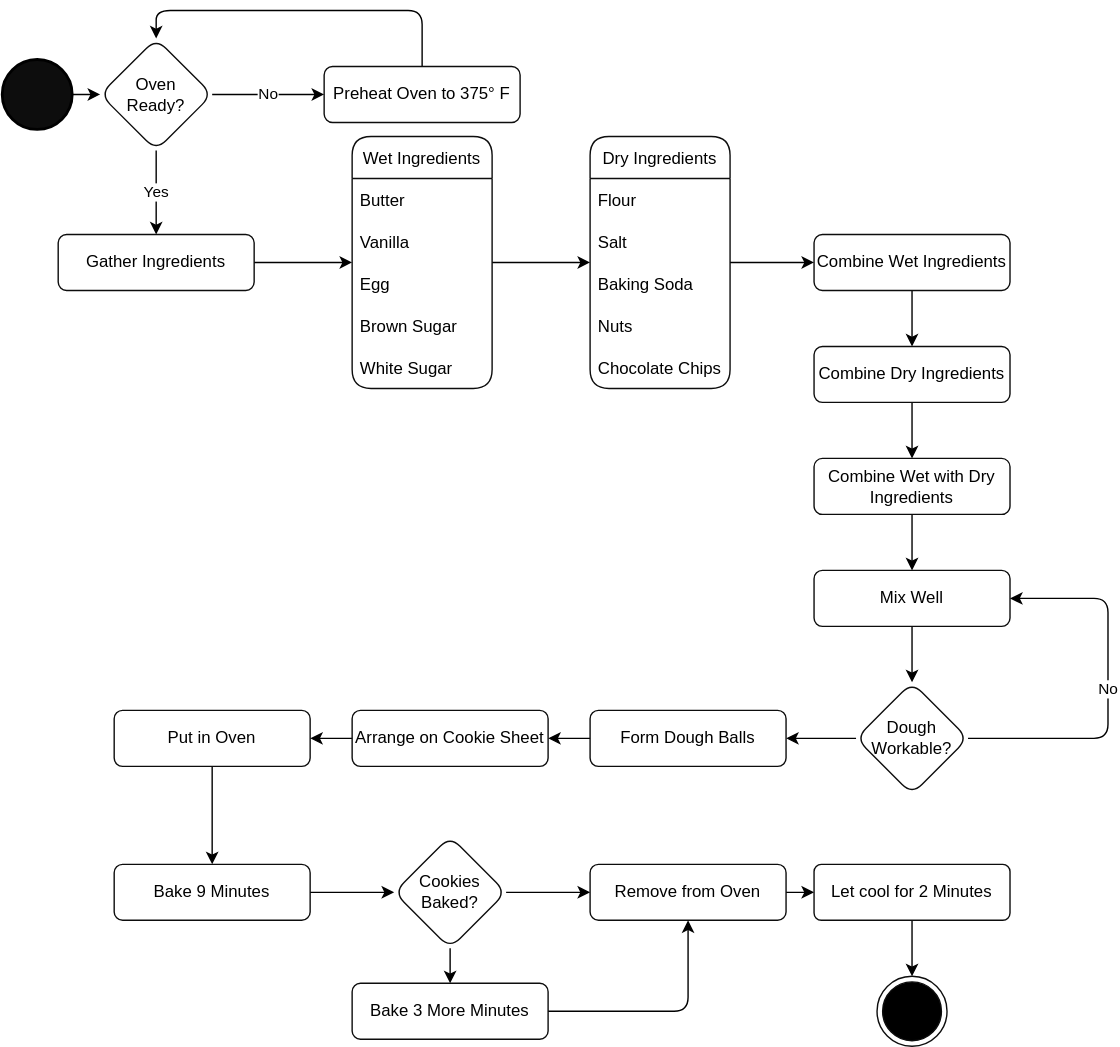
Before: cookie-flowchart-1.svg, a diagram exported from draw.io (yewscion/yewscion). Source tidied: cells renumbered, new cells last; positions are measured from the earlier drawing's top-left corner, leaving out a move shared by most shapes. Source of this version:
```xml
<mxGraphModel>
  <root>
    <mxCell id="0" />
    <mxCell id="1" parent="0" />
    <mxCell id="2" style="edgeStyle=orthogonalEdgeStyle;rounded=1;jettySize=auto;html=1;" parent="1" edge="1" source="3" target="43">
      <mxGeometry relative="1" as="geometry" />
    </mxCell>
    <mxCell id="3" style="strokeWidth=2;html=1;shape=mxgraph.flowchart.start_2;whiteSpace=wrap;fillColor=#0D0D0D;rounded=1;" parent="1" vertex="1">
      <mxGeometry y="35" width="50" height="50" as="geometry" />
    </mxCell>
    <mxCell id="4" style="ellipse;html=1;shape=endState;fillColor=#000000;strokeColor=#0D0D0D;rounded=1;" parent="1" vertex="1">
      <mxGeometry x="625" y="690" width="50" height="50" as="geometry" />
    </mxCell>
    <mxCell id="5" style="edgeStyle=orthogonalEdgeStyle;rounded=1;jettySize=auto;html=1;entryX=0.5;entryY=0;entryDx=0;entryDy=0;exitX=0.5;exitY=0;exitDx=0;exitDy=0;" parent="1" edge="1" source="6" target="43">
      <mxGeometry relative="1" as="geometry">
        <Array as="points">
          <mxPoint x="300" />
          <mxPoint x="110" />
        </Array>
      </mxGeometry>
    </mxCell>
    <mxCell id="6" value="Preheat Oven to 375° F" style="rounded=1;whiteSpace=wrap;html=1;strokeColor=#0D0D0D;fillColor=none;" parent="1" vertex="1">
      <mxGeometry x="230" y="40" width="140" height="40" as="geometry" />
    </mxCell>
    <mxCell id="7" style="edgeStyle=orthogonalEdgeStyle;rounded=1;jettySize=auto;html=1;" parent="1" edge="1" source="8" target="53">
      <mxGeometry relative="1" as="geometry" />
    </mxCell>
    <mxCell id="8" value="&lt;div&gt;Bake 9 Minutes&lt;/div&gt;" style="rounded=1;whiteSpace=wrap;html=1;strokeColor=#0D0D0D;fillColor=none;" parent="1" vertex="1">
      <mxGeometry x="80" y="610" width="140" height="40" as="geometry" />
    </mxCell>
    <mxCell id="9" style="edgeStyle=orthogonalEdgeStyle;rounded=1;jettySize=auto;html=1;" parent="1" edge="1" source="10" target="22">
      <mxGeometry relative="1" as="geometry" />
    </mxCell>
    <mxCell id="10" value="Remove from Oven" style="rounded=1;whiteSpace=wrap;html=1;strokeColor=#0D0D0D;fillColor=none;" parent="1" vertex="1">
      <mxGeometry x="420" y="610" width="140" height="40" as="geometry" />
    </mxCell>
    <mxCell id="11" style="edgeStyle=orthogonalEdgeStyle;rounded=1;jettySize=auto;html=1;entryX=0.5;entryY=0;entryDx=0;entryDy=0;" parent="1" edge="1" source="12" target="8">
      <mxGeometry relative="1" as="geometry" />
    </mxCell>
    <mxCell id="12" value="Put in Oven" style="rounded=1;whiteSpace=wrap;html=1;strokeColor=#0D0D0D;fillColor=none;" parent="1" vertex="1">
      <mxGeometry x="80" y="500" width="140" height="40" as="geometry" />
    </mxCell>
    <mxCell id="13" style="edgeStyle=orthogonalEdgeStyle;rounded=1;jettySize=auto;html=1;entryX=0.5;entryY=1;entryDx=0;entryDy=0;" parent="1" edge="1" source="14" target="10">
      <mxGeometry relative="1" as="geometry" />
    </mxCell>
    <mxCell id="14" value="&lt;div&gt;Bake 3 More Minutes&lt;/div&gt;" style="rounded=1;whiteSpace=wrap;html=1;strokeColor=#0D0D0D;fillColor=none;" parent="1" vertex="1">
      <mxGeometry x="250" y="695" width="140" height="40" as="geometry" />
    </mxCell>
    <mxCell id="15" style="edgeStyle=orthogonalEdgeStyle;rounded=1;jettySize=auto;html=1;" parent="1" edge="1" source="16" target="20">
      <mxGeometry relative="1" as="geometry" />
    </mxCell>
    <mxCell id="16" value="Combine Dry Ingredients" style="rounded=1;whiteSpace=wrap;html=1;strokeColor=#0D0D0D;fillColor=none;" parent="1" vertex="1">
      <mxGeometry x="580" y="240" width="140" height="40" as="geometry" />
    </mxCell>
    <mxCell id="17" style="edgeStyle=orthogonalEdgeStyle;rounded=1;jettySize=auto;html=1;" parent="1" edge="1" source="18" target="16">
      <mxGeometry relative="1" as="geometry" />
    </mxCell>
    <mxCell id="18" value="Combine Wet Ingredients" style="rounded=1;whiteSpace=wrap;html=1;strokeColor=#0D0D0D;fillColor=none;" parent="1" vertex="1">
      <mxGeometry x="580" y="160" width="140" height="40" as="geometry" />
    </mxCell>
    <mxCell id="19" style="edgeStyle=orthogonalEdgeStyle;rounded=1;jettySize=auto;html=1;entryX=0.5;entryY=0;entryDx=0;entryDy=0;" parent="1" edge="1" source="20" target="45">
      <mxGeometry relative="1" as="geometry" />
    </mxCell>
    <mxCell id="20" value="&lt;div&gt;Combine Wet with Dry Ingredients&lt;/div&gt;" style="rounded=1;whiteSpace=wrap;html=1;strokeColor=#0D0D0D;fillColor=none;" parent="1" vertex="1">
      <mxGeometry x="580" y="320" width="140" height="40" as="geometry" />
    </mxCell>
    <mxCell id="21" style="edgeStyle=orthogonalEdgeStyle;rounded=1;jettySize=auto;html=1;entryX=0.5;entryY=0;entryDx=0;entryDy=0;" parent="1" edge="1" source="22" target="4">
      <mxGeometry relative="1" as="geometry" />
    </mxCell>
    <mxCell id="22" value="&lt;div&gt;Let cool for 2 Minutes&lt;/div&gt;" style="rounded=1;whiteSpace=wrap;html=1;strokeColor=#0D0D0D;fillColor=none;arcSize=13;" parent="1" vertex="1">
      <mxGeometry x="580" y="610" width="140" height="40" as="geometry" />
    </mxCell>
    <mxCell id="23" style="edgeStyle=orthogonalEdgeStyle;rounded=1;jettySize=auto;html=1;" parent="1" edge="1" source="24" target="28">
      <mxGeometry relative="1" as="geometry" />
    </mxCell>
    <mxCell id="24" value="&lt;div&gt;Gather Ingredients&lt;/div&gt;" style="rounded=1;whiteSpace=wrap;html=1;strokeColor=#0D0D0D;fillColor=none;" parent="1" vertex="1">
      <mxGeometry x="40" y="160" width="140" height="40" as="geometry" />
    </mxCell>
    <mxCell id="25" style="edgeStyle=orthogonalEdgeStyle;rounded=1;jettySize=auto;html=1;" parent="1" edge="1" source="26" target="12">
      <mxGeometry relative="1" as="geometry" />
    </mxCell>
    <mxCell id="26" value="&lt;div&gt;Arrange on Cookie Sheet&lt;/div&gt;" style="rounded=1;whiteSpace=wrap;html=1;strokeColor=#0D0D0D;fillColor=none;" parent="1" vertex="1">
      <mxGeometry x="250" y="500" width="140" height="40" as="geometry" />
    </mxCell>
    <mxCell id="27" style="edgeStyle=orthogonalEdgeStyle;rounded=1;jettySize=auto;html=1;" parent="1" edge="1" source="28" target="35">
      <mxGeometry relative="1" as="geometry" />
    </mxCell>
    <mxCell id="28" value="Wet Ingredients" style="swimlane;fontStyle=0;horizontal=1;startSize=30;rounded=1;strokeColor=#0D0D0D;fillColor=none;" parent="1" vertex="1">
      <mxGeometry x="250" y="90" width="100" height="180" as="geometry" />
    </mxCell>
    <mxCell id="29" value="Butter" style="text;strokeColor=none;fillColor=none;align=left;verticalAlign=middle;spacingLeft=4;spacingRight=4;overflow=hidden;rounded=1;" parent="28" vertex="1">
      <mxGeometry y="30" width="100" height="30" as="geometry" />
    </mxCell>
    <mxCell id="30" value="Vanilla" style="text;strokeColor=none;fillColor=none;align=left;verticalAlign=middle;spacingLeft=4;spacingRight=4;overflow=hidden;rounded=1;" parent="28" vertex="1">
      <mxGeometry y="60" width="100" height="30" as="geometry" />
    </mxCell>
    <mxCell id="31" value="Egg" style="text;strokeColor=none;fillColor=none;align=left;verticalAlign=middle;spacingLeft=4;spacingRight=4;overflow=hidden;rounded=1;" parent="28" vertex="1">
      <mxGeometry y="90" width="100" height="30" as="geometry" />
    </mxCell>
    <mxCell id="32" value="Brown Sugar" style="text;strokeColor=none;fillColor=none;align=left;verticalAlign=middle;spacingLeft=4;spacingRight=4;overflow=hidden;rounded=1;" parent="28" vertex="1">
      <mxGeometry y="120" width="100" height="30" as="geometry" />
    </mxCell>
    <mxCell id="33" value="White Sugar" style="text;strokeColor=none;fillColor=none;align=left;verticalAlign=middle;spacingLeft=4;spacingRight=4;overflow=hidden;rounded=1;" parent="28" vertex="1">
      <mxGeometry y="150" width="100" height="30" as="geometry" />
    </mxCell>
    <mxCell id="34" style="edgeStyle=orthogonalEdgeStyle;rounded=1;jettySize=auto;html=1;entryX=0;entryY=0.5;entryDx=0;entryDy=0;" parent="1" edge="1" source="35" target="18">
      <mxGeometry relative="1" as="geometry" />
    </mxCell>
    <mxCell id="35" value="Dry Ingredients" style="swimlane;fontStyle=0;horizontal=1;startSize=30;rounded=1;strokeColor=#0D0D0D;fillColor=none;" parent="1" vertex="1">
      <mxGeometry x="420" y="90" width="100" height="180" as="geometry" />
    </mxCell>
    <mxCell id="36" value="Flour" style="text;strokeColor=none;fillColor=none;align=left;verticalAlign=middle;spacingLeft=4;spacingRight=4;overflow=hidden;rounded=1;" parent="35" vertex="1">
      <mxGeometry y="30" width="100" height="30" as="geometry" />
    </mxCell>
    <mxCell id="37" value="Salt" style="text;strokeColor=none;fillColor=none;align=left;verticalAlign=middle;spacingLeft=4;spacingRight=4;overflow=hidden;rounded=1;" parent="35" vertex="1">
      <mxGeometry y="60" width="100" height="30" as="geometry" />
    </mxCell>
    <mxCell id="38" value="Baking Soda" style="text;strokeColor=none;fillColor=none;align=left;verticalAlign=middle;spacingLeft=4;spacingRight=4;overflow=hidden;rounded=1;" parent="35" vertex="1">
      <mxGeometry y="90" width="100" height="30" as="geometry" />
    </mxCell>
    <mxCell id="39" value="Nuts" style="text;strokeColor=none;fillColor=none;align=left;verticalAlign=middle;spacingLeft=4;spacingRight=4;overflow=hidden;rounded=1;" parent="35" vertex="1">
      <mxGeometry y="120" width="100" height="30" as="geometry" />
    </mxCell>
    <mxCell id="40" value="Chocolate Chips" style="text;strokeColor=none;fillColor=none;align=left;verticalAlign=middle;spacingLeft=4;spacingRight=4;overflow=hidden;rounded=1;" parent="35" vertex="1">
      <mxGeometry y="150" width="100" height="30" as="geometry" />
    </mxCell>
    <mxCell id="41" value="&lt;div&gt;No&lt;/div&gt;" style="edgeStyle=orthogonalEdgeStyle;rounded=1;jettySize=auto;html=1;" parent="1" edge="1" source="43" target="6">
      <mxGeometry relative="1" as="geometry" />
    </mxCell>
    <mxCell id="42" value="&lt;div&gt;Yes&lt;/div&gt;" style="edgeStyle=orthogonalEdgeStyle;rounded=1;jettySize=auto;html=1;entryX=0.5;entryY=0;entryDx=0;entryDy=0;" parent="1" edge="1" source="43" target="24">
      <mxGeometry relative="1" as="geometry" />
    </mxCell>
    <mxCell id="43" value="&lt;div&gt;Oven&lt;/div&gt;&lt;div&gt;Ready?&lt;/div&gt;" style="rhombus;whiteSpace=wrap;html=1;rounded=1;strokeColor=#0D0D0D;fillColor=none;" parent="1" vertex="1">
      <mxGeometry x="70" y="20" width="80" height="80" as="geometry" />
    </mxCell>
    <mxCell id="44" style="edgeStyle=orthogonalEdgeStyle;rounded=1;jettySize=auto;html=1;exitX=0.5;exitY=1;exitDx=0;exitDy=0;entryX=0.5;entryY=0;entryDx=0;entryDy=0;" parent="1" edge="1" source="45" target="48">
      <mxGeometry relative="1" as="geometry" />
    </mxCell>
    <mxCell id="45" value="&lt;div&gt;Mix Well&lt;/div&gt;" style="rounded=1;whiteSpace=wrap;html=1;strokeColor=#0D0D0D;fillColor=none;" parent="1" vertex="1">
      <mxGeometry x="580" y="400" width="140" height="40" as="geometry" />
    </mxCell>
    <mxCell id="46" style="edgeStyle=orthogonalEdgeStyle;rounded=1;jettySize=auto;html=1;entryX=1;entryY=0.5;entryDx=0;entryDy=0;" parent="1" edge="1" source="48" target="50">
      <mxGeometry relative="1" as="geometry" />
    </mxCell>
    <mxCell id="47" value="&lt;div&gt;No&lt;/div&gt;" style="edgeStyle=orthogonalEdgeStyle;rounded=1;jettySize=auto;html=1;entryX=1;entryY=0.5;entryDx=0;entryDy=0;exitX=1;exitY=0.5;exitDx=0;exitDy=0;" parent="1" edge="1" source="48" target="45">
      <mxGeometry relative="1" as="geometry">
        <Array as="points">
          <mxPoint x="790" y="520" />
          <mxPoint x="790" y="420" />
        </Array>
      </mxGeometry>
    </mxCell>
    <mxCell id="48" value="&lt;div&gt;Dough&lt;/div&gt;&lt;div&gt;Workable?&lt;/div&gt;" style="rhombus;whiteSpace=wrap;html=1;rounded=1;strokeColor=#0D0D0D;fillColor=none;" parent="1" vertex="1">
      <mxGeometry x="610" y="480" width="80" height="80" as="geometry" />
    </mxCell>
    <mxCell id="49" style="edgeStyle=orthogonalEdgeStyle;rounded=1;jettySize=auto;html=1;entryX=1;entryY=0.5;entryDx=0;entryDy=0;" parent="1" edge="1" source="50" target="26">
      <mxGeometry relative="1" as="geometry" />
    </mxCell>
    <mxCell id="50" value="Form Dough Balls" style="rounded=1;whiteSpace=wrap;html=1;strokeColor=#0D0D0D;fillColor=none;" parent="1" vertex="1">
      <mxGeometry x="420" y="500" width="140" height="40" as="geometry" />
    </mxCell>
    <mxCell id="51" style="edgeStyle=orthogonalEdgeStyle;rounded=1;jettySize=auto;html=1;" parent="1" edge="1" source="53" target="14">
      <mxGeometry relative="1" as="geometry" />
    </mxCell>
    <mxCell id="52" style="edgeStyle=orthogonalEdgeStyle;rounded=1;jettySize=auto;html=1;" parent="1" edge="1" source="53" target="10">
      <mxGeometry relative="1" as="geometry" />
    </mxCell>
    <mxCell id="53" value="&lt;div&gt;Cookies&lt;/div&gt;&lt;div&gt;Baked?&lt;br&gt;&lt;/div&gt;" style="rhombus;whiteSpace=wrap;html=1;rounded=1;strokeColor=#0D0D0D;fillColor=none;" parent="1" vertex="1">
      <mxGeometry x="280" y="590" width="80" height="80" as="geometry" />
    </mxCell>
  </root>
</mxGraphModel>
```
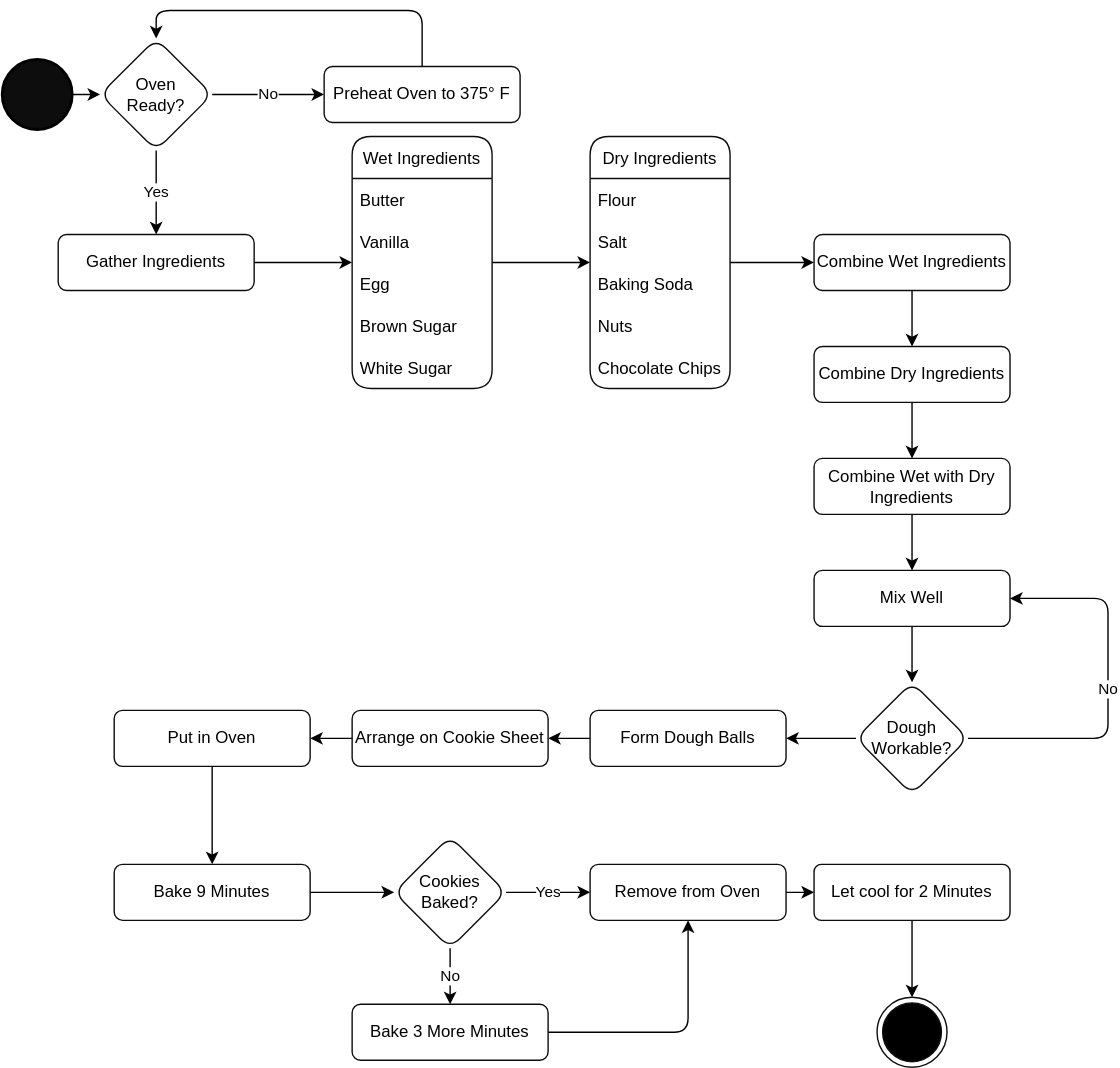
After the change.

What changed in the source:
```diff
@@ -9,7 +9,7 @@
       <mxGeometry y="35" width="50" height="50" as="geometry" />
     </mxCell>
     <mxCell id="4" style="ellipse;html=1;shape=endState;fillColor=#000000;strokeColor=#0D0D0D;rounded=1;" parent="1" vertex="1">
-      <mxGeometry x="625" y="690" width="50" height="50" as="geometry" />
+      <mxGeometry x="625" y="705" width="50" height="50" as="geometry" />
     </mxCell>
     <mxCell id="5" style="edgeStyle=orthogonalEdgeStyle;rounded=1;jettySize=auto;html=1;entryX=0.5;entryY=0;entryDx=0;entryDy=0;exitX=0.5;exitY=0;exitDx=0;exitDy=0;" parent="1" edge="1" source="6" target="43">
       <mxGeometry relative="1" as="geometry">
@@ -44,7 +44,7 @@
       <mxGeometry relative="1" as="geometry" />
     </mxCell>
     <mxCell id="14" value="&lt;div&gt;Bake 3 More Minutes&lt;/div&gt;" style="rounded=1;whiteSpace=wrap;html=1;strokeColor=#0D0D0D;fillColor=none;" parent="1" vertex="1">
-      <mxGeometry x="250" y="695" width="140" height="40" as="geometry" />
+      <mxGeometry x="250" y="710" width="140" height="40" as="geometry" />
     </mxCell>
     <mxCell id="15" style="edgeStyle=orthogonalEdgeStyle;rounded=1;jettySize=auto;html=1;" parent="1" edge="1" source="16" target="20">
       <mxGeometry relative="1" as="geometry" />
@@ -159,10 +159,10 @@
     <mxCell id="50" value="Form Dough Balls" style="rounded=1;whiteSpace=wrap;html=1;strokeColor=#0D0D0D;fillColor=none;" parent="1" vertex="1">
       <mxGeometry x="420" y="500" width="140" height="40" as="geometry" />
     </mxCell>
-    <mxCell id="51" style="edgeStyle=orthogonalEdgeStyle;rounded=1;jettySize=auto;html=1;" parent="1" edge="1" source="53" target="14">
+    <mxCell id="51" value="&lt;div&gt;No&lt;/div&gt;" style="edgeStyle=orthogonalEdgeStyle;rounded=1;jettySize=auto;html=1;" parent="1" edge="1" source="53" target="14">
       <mxGeometry relative="1" as="geometry" />
     </mxCell>
-    <mxCell id="52" style="edgeStyle=orthogonalEdgeStyle;rounded=1;jettySize=auto;html=1;" parent="1" edge="1" source="53" target="10">
+    <mxCell id="52" value="&lt;div&gt;Yes&lt;/div&gt;" style="edgeStyle=orthogonalEdgeStyle;rounded=1;jettySize=auto;html=1;" parent="1" edge="1" source="53" target="10">
       <mxGeometry relative="1" as="geometry" />
     </mxCell>
     <mxCell id="53" value="&lt;div&gt;Cookies&lt;/div&gt;&lt;div&gt;Baked?&lt;br&gt;&lt;/div&gt;" style="rhombus;whiteSpace=wrap;html=1;rounded=1;strokeColor=#0D0D0D;fillColor=none;" parent="1" vertex="1">
```
